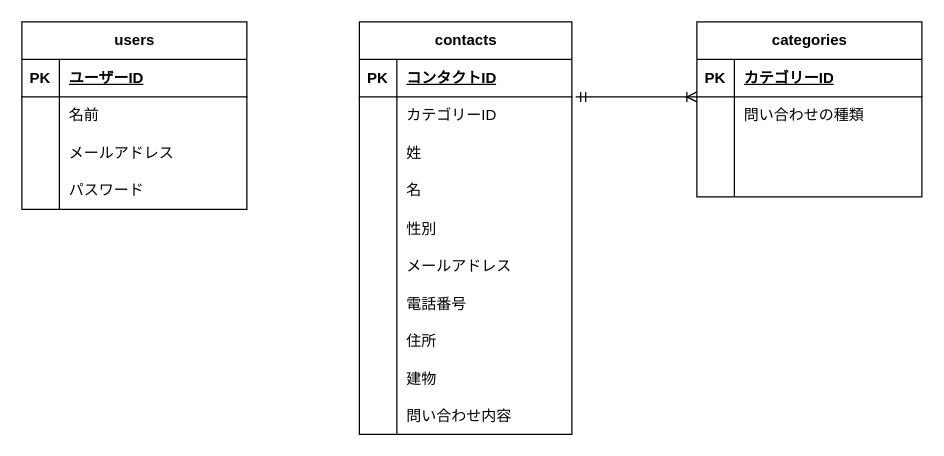
Earlier version of the draw.io diagram confirmation.drawio (hinako-mochizuki/confirmation). Source tidied: cells renumbered, new cells numbered last; positions are measured from the earlier drawing's top-left corner, leaving out a move shared by most shapes. Both pictures are drawn from the tidied source at 125%, with x=0, y=0 at pixel (21, 21).
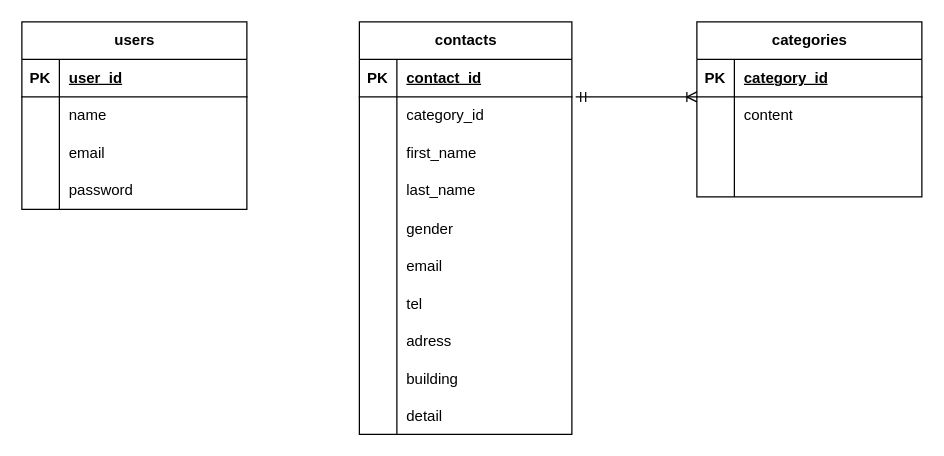
The same page after the edit.

The change refers to these unchanged cells:
```xml
<mxCell id="3" style="shape=tableRow;horizontal=0;startSize=0;swimlaneHead=0;swimlaneBody=0;fillColor=none;top=0;left=0;right=0;bottom=1;" parent="2" vertex="1">
  <mxGeometry y="30" width="170" height="30" as="geometry" />
</mxCell>
<mxCell id="6" style="shape=tableRow;horizontal=0;startSize=0;swimlaneHead=0;swimlaneBody=0;fillColor=none;points=[[0,0.5],[1,0.5]];portConstraint=eastwest;top=0;left=0;right=0;bottom=0;" parent="2" vertex="1">
  <mxGeometry y="60" width="170" height="30" as="geometry" />
</mxCell>
<mxCell id="9" style="shape=tableRow;horizontal=0;startSize=0;swimlaneHead=0;swimlaneBody=0;fillColor=none;top=0;left=0;right=0;bottom=0;" parent="2" vertex="1">
  <mxGeometry y="90" width="170" height="30" as="geometry" />
</mxCell>
<mxCell id="12" style="shape=tableRow;horizontal=0;startSize=0;swimlaneHead=0;swimlaneBody=0;fillColor=none;top=0;left=0;right=0;bottom=0;" parent="2" vertex="1">
  <mxGeometry y="120" width="170" height="30" as="geometry" />
</mxCell>
<mxCell id="15" style="shape=tableRow;horizontal=0;startSize=0;swimlaneHead=0;swimlaneBody=0;fillColor=none;top=0;left=0;right=0;bottom=0;" parent="2" vertex="1">
  <mxGeometry y="150" width="170" height="30" as="geometry" />
</mxCell>
<mxCell id="18" style="shape=tableRow;horizontal=0;startSize=0;swimlaneHead=0;swimlaneBody=0;fillColor=none;top=0;left=0;right=0;bottom=0;" parent="2" vertex="1">
  <mxGeometry y="180" width="170" height="30" as="geometry" />
</mxCell>
<mxCell id="21" style="shape=tableRow;horizontal=0;startSize=0;swimlaneHead=0;swimlaneBody=0;fillColor=none;top=0;left=0;right=0;bottom=0;" parent="2" vertex="1">
  <mxGeometry y="210" width="170" height="30" as="geometry" />
</mxCell>
<mxCell id="24" style="shape=tableRow;horizontal=0;startSize=0;swimlaneHead=0;swimlaneBody=0;fillColor=none;top=0;left=0;right=0;bottom=0;" parent="2" vertex="1">
  <mxGeometry y="240" width="170" height="30" as="geometry" />
</mxCell>
<mxCell id="27" style="shape=tableRow;horizontal=0;startSize=0;swimlaneHead=0;swimlaneBody=0;fillColor=none;top=0;left=0;right=0;bottom=0;" parent="2" vertex="1">
  <mxGeometry y="270" width="170" height="30" as="geometry" />
</mxCell>
<mxCell id="30" style="shape=tableRow;horizontal=0;startSize=0;swimlaneHead=0;swimlaneBody=0;fillColor=none;top=0;left=0;right=0;bottom=0;" parent="2" vertex="1">
  <mxGeometry y="300" width="170" height="30" as="geometry" />
</mxCell>
<mxCell id="34" style="shape=tableRow;horizontal=0;startSize=0;swimlaneHead=0;swimlaneBody=0;fillColor=none;top=0;left=0;right=0;bottom=1;" parent="33" vertex="1">
  <mxGeometry y="30" width="180" height="30" as="geometry" />
</mxCell>
<mxCell id="37" style="shape=tableRow;horizontal=0;startSize=0;swimlaneHead=0;swimlaneBody=0;fillColor=none;top=0;left=0;right=0;bottom=0;" parent="33" vertex="1">
  <mxGeometry y="60" width="180" height="30" as="geometry" />
</mxCell>
<mxCell id="47" style="shape=tableRow;horizontal=0;startSize=0;swimlaneHead=0;swimlaneBody=0;fillColor=none;top=0;left=0;right=0;bottom=1;" parent="46" vertex="1">
  <mxGeometry y="30" width="180" height="30" as="geometry" />
</mxCell>
<mxCell id="50" style="shape=tableRow;horizontal=0;startSize=0;swimlaneHead=0;swimlaneBody=0;fillColor=none;top=0;left=0;right=0;bottom=0;" parent="46" vertex="1">
  <mxGeometry y="60" width="180" height="30" as="geometry" />
</mxCell>
<mxCell id="53" style="shape=tableRow;horizontal=0;startSize=0;swimlaneHead=0;swimlaneBody=0;fillColor=none;top=0;left=0;right=0;bottom=0;" parent="46" vertex="1">
  <mxGeometry y="90" width="180" height="30" as="geometry" />
</mxCell>
<mxCell id="56" style="shape=tableRow;horizontal=0;startSize=0;swimlaneHead=0;swimlaneBody=0;fillColor=none;top=0;left=0;right=0;bottom=0;" parent="46" vertex="1">
  <mxGeometry y="120" width="180" height="30" as="geometry" />
</mxCell>
```

Change to the diagram source:
```diff
@@
-    <mxCell id="5" value="コンタクトID" style="shape=partialRectangle;fillColor=none;top=0;left=0;bottom=0;right=0;align=left;spacingLeft=6;fontStyle=5;overflow=hidden;whiteSpace=wrap;html=1;" parent="3" vertex="1">
+    <mxCell id="5" value="contact_id" style="shape=partialRectangle;fillColor=none;top=0;left=0;bottom=0;right=0;align=left;spacingLeft=6;fontStyle=5;overflow=hidden;whiteSpace=wrap;html=1;" parent="3" vertex="1">
       <mxGeometry x="30" width="140" height="30" as="geometry" />
     </mxCell>
@@
-    <mxCell id="8" value="カテゴリーID" style="shape=partialRectangle;fillColor=none;top=0;left=0;bottom=0;right=0;align=left;spacingLeft=6;overflow=hidden;whiteSpace=wrap;html=1;" parent="6" vertex="1">
+    <mxCell id="8" value="category_id" style="shape=partialRectangle;fillColor=none;top=0;left=0;bottom=0;right=0;align=left;spacingLeft=6;overflow=hidden;whiteSpace=wrap;html=1;" parent="6" vertex="1">
       <mxGeometry x="30" width="140" height="30" as="geometry" />
     </mxCell>
@@
-    <mxCell id="11" value="姓" style="shape=partialRectangle;fillColor=none;top=0;left=0;bottom=0;right=0;align=left;spacingLeft=6;overflow=hidden;whiteSpace=wrap;html=1;" parent="9" vertex="1">
+    <mxCell id="11" value="first_name" style="shape=partialRectangle;fillColor=none;top=0;left=0;bottom=0;right=0;align=left;spacingLeft=6;overflow=hidden;whiteSpace=wrap;html=1;" parent="9" vertex="1">
       <mxGeometry x="30" width="140" height="30" as="geometry" />
     </mxCell>
@@
-    <mxCell id="14" value="名" style="shape=partialRectangle;fillColor=none;top=0;left=0;bottom=0;right=0;align=left;spacingLeft=6;overflow=hidden;whiteSpace=wrap;html=1;" parent="12" vertex="1">
+    <mxCell id="14" value="last_name" style="shape=partialRectangle;fillColor=none;top=0;left=0;bottom=0;right=0;align=left;spacingLeft=6;overflow=hidden;whiteSpace=wrap;html=1;" parent="12" vertex="1">
       <mxGeometry x="30" width="140" height="30" as="geometry" />
     </mxCell>
@@
-    <mxCell id="17" value="性別" style="shape=partialRectangle;fillColor=none;top=0;left=0;bottom=0;right=0;align=left;spacingLeft=6;overflow=hidden;" parent="15" vertex="1">
+    <mxCell id="17" value="gender" style="shape=partialRectangle;fillColor=none;top=0;left=0;bottom=0;right=0;align=left;spacingLeft=6;overflow=hidden;" parent="15" vertex="1">
       <mxGeometry x="30" width="140" height="30" as="geometry" />
     </mxCell>
@@
-    <mxCell id="20" value="メールアドレス" style="shape=partialRectangle;fillColor=none;top=0;left=0;bottom=0;right=0;align=left;spacingLeft=6;overflow=hidden;" parent="18" vertex="1">
+    <mxCell id="20" value="email" style="shape=partialRectangle;fillColor=none;top=0;left=0;bottom=0;right=0;align=left;spacingLeft=6;overflow=hidden;" parent="18" vertex="1">
       <mxGeometry x="30" width="140" height="30" as="geometry" />
     </mxCell>
@@
-    <mxCell id="23" value="電話番号" style="shape=partialRectangle;fillColor=none;top=0;left=0;bottom=0;right=0;align=left;spacingLeft=6;overflow=hidden;" parent="21" vertex="1">
+    <mxCell id="23" value="tel" style="shape=partialRectangle;fillColor=none;top=0;left=0;bottom=0;right=0;align=left;spacingLeft=6;overflow=hidden;" parent="21" vertex="1">
       <mxGeometry x="30" width="140" height="30" as="geometry" />
     </mxCell>
@@
-    <mxCell id="26" value="住所" style="shape=partialRectangle;fillColor=none;top=0;left=0;bottom=0;right=0;align=left;spacingLeft=6;overflow=hidden;" parent="24" vertex="1">
+    <mxCell id="26" value="adress" style="shape=partialRectangle;fillColor=none;top=0;left=0;bottom=0;right=0;align=left;spacingLeft=6;overflow=hidden;" parent="24" vertex="1">
       <mxGeometry x="30" width="140" height="30" as="geometry" />
     </mxCell>
@@
-    <mxCell id="29" value="建物" style="shape=partialRectangle;fillColor=none;top=0;left=0;bottom=0;right=0;align=left;spacingLeft=6;overflow=hidden;" parent="27" vertex="1">
+    <mxCell id="29" value="building" style="shape=partialRectangle;fillColor=none;top=0;left=0;bottom=0;right=0;align=left;spacingLeft=6;overflow=hidden;" parent="27" vertex="1">
       <mxGeometry x="30" width="140" height="30" as="geometry" />
     </mxCell>
@@
-    <mxCell id="32" value="問い合わせ内容" style="shape=partialRectangle;fillColor=none;top=0;left=0;bottom=0;right=0;align=left;spacingLeft=6;overflow=hidden;" parent="30" vertex="1">
+    <mxCell id="32" value="detail" style="shape=partialRectangle;fillColor=none;top=0;left=0;bottom=0;right=0;align=left;spacingLeft=6;overflow=hidden;" parent="30" vertex="1">
       <mxGeometry x="30" width="140" height="30" as="geometry" />
     </mxCell>
@@
-    <mxCell id="36" value="カテゴリーID" style="shape=partialRectangle;fillColor=none;top=0;left=0;bottom=0;right=0;align=left;spacingLeft=6;fontStyle=5;overflow=hidden;whiteSpace=wrap;html=1;" parent="34" vertex="1">
+    <mxCell id="36" value="category_id" style="shape=partialRectangle;fillColor=none;top=0;left=0;bottom=0;right=0;align=left;spacingLeft=6;fontStyle=5;overflow=hidden;whiteSpace=wrap;html=1;" parent="34" vertex="1">
       <mxGeometry x="30" width="150" height="30" as="geometry" />
     </mxCell>
@@
-    <mxCell id="39" value="問い合わせの種類" style="shape=partialRectangle;fillColor=none;top=0;left=0;bottom=0;right=0;align=left;spacingLeft=6;overflow=hidden;whiteSpace=wrap;html=1;" parent="37" vertex="1">
+    <mxCell id="39" value="content" style="shape=partialRectangle;fillColor=none;top=0;left=0;bottom=0;right=0;align=left;spacingLeft=6;overflow=hidden;whiteSpace=wrap;html=1;" parent="37" vertex="1">
       <mxGeometry x="30" width="150" height="30" as="geometry" />
     </mxCell>
@@
-    <mxCell id="49" value="ユーザーID" style="shape=partialRectangle;fillColor=none;top=0;left=0;bottom=0;right=0;align=left;spacingLeft=6;fontStyle=5;overflow=hidden;whiteSpace=wrap;html=1;" parent="47" vertex="1">
+    <mxCell id="49" value="user_id" style="shape=partialRectangle;fillColor=none;top=0;left=0;bottom=0;right=0;align=left;spacingLeft=6;fontStyle=5;overflow=hidden;whiteSpace=wrap;html=1;" parent="47" vertex="1">
       <mxGeometry x="30" width="150" height="30" as="geometry" />
     </mxCell>
@@
-    <mxCell id="52" value="名前" style="shape=partialRectangle;fillColor=none;top=0;left=0;bottom=0;right=0;align=left;spacingLeft=6;overflow=hidden;whiteSpace=wrap;html=1;" parent="50" vertex="1">
+    <mxCell id="52" value="name" style="shape=partialRectangle;fillColor=none;top=0;left=0;bottom=0;right=0;align=left;spacingLeft=6;overflow=hidden;whiteSpace=wrap;html=1;" parent="50" vertex="1">
       <mxGeometry x="30" width="150" height="30" as="geometry" />
     </mxCell>
@@
-    <mxCell id="55" value="メールアドレス" style="shape=partialRectangle;fillColor=none;top=0;left=0;bottom=0;right=0;align=left;spacingLeft=6;overflow=hidden;whiteSpace=wrap;html=1;" parent="53" vertex="1">
+    <mxCell id="55" value="email" style="shape=partialRectangle;fillColor=none;top=0;left=0;bottom=0;right=0;align=left;spacingLeft=6;overflow=hidden;whiteSpace=wrap;html=1;" parent="53" vertex="1">
       <mxGeometry x="30" width="150" height="30" as="geometry" />
     </mxCell>
@@
-    <mxCell id="58" value="パスワード" style="shape=partialRectangle;fillColor=none;top=0;left=0;bottom=0;right=0;align=left;spacingLeft=6;overflow=hidden;whiteSpace=wrap;html=1;" parent="56" vertex="1">
+    <mxCell id="58" value="password" style="shape=partialRectangle;fillColor=none;top=0;left=0;bottom=0;right=0;align=left;spacingLeft=6;overflow=hidden;whiteSpace=wrap;html=1;" parent="56" vertex="1">
       <mxGeometry x="30" width="150" height="30" as="geometry" />
     </mxCell>
```
